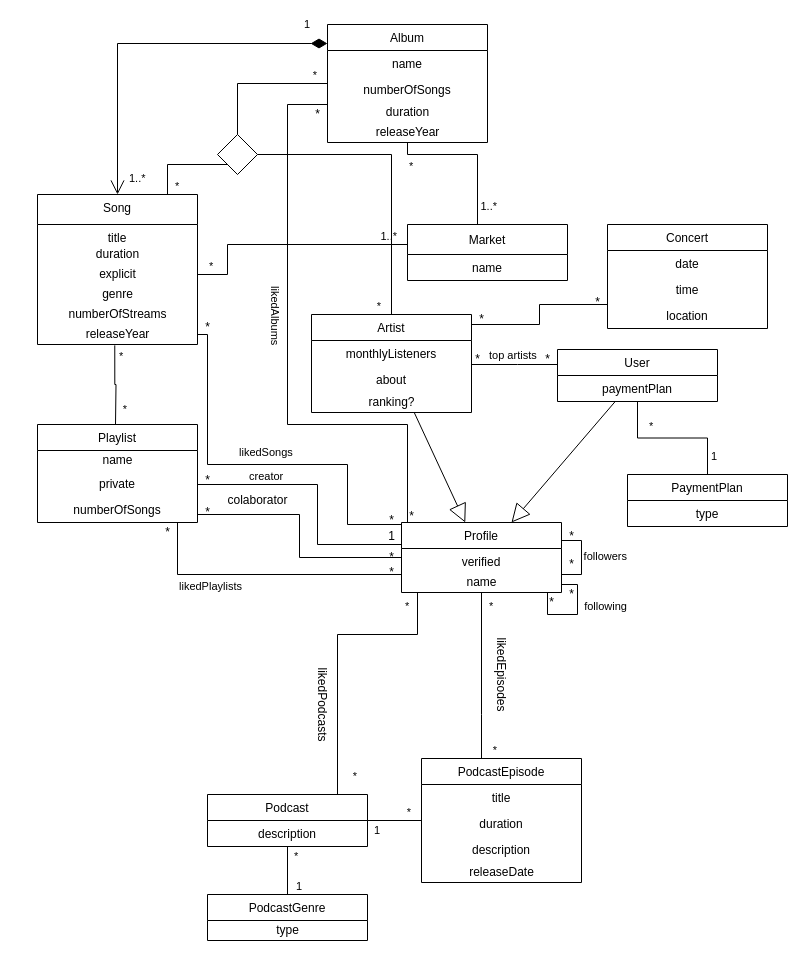
Naapperas/feup-bd keeps this draw.io diagram as Spotify-class-diag.drawio. Above is the earlier version. Source tidied: cells renumbered, new cells numbered last; positions are measured from the earlier drawing's top-left corner, leaving out a move shared by most shapes. Both pictures are drawn from the tidied source at 100%, with x=0, y=0 at pixel (37, 24).
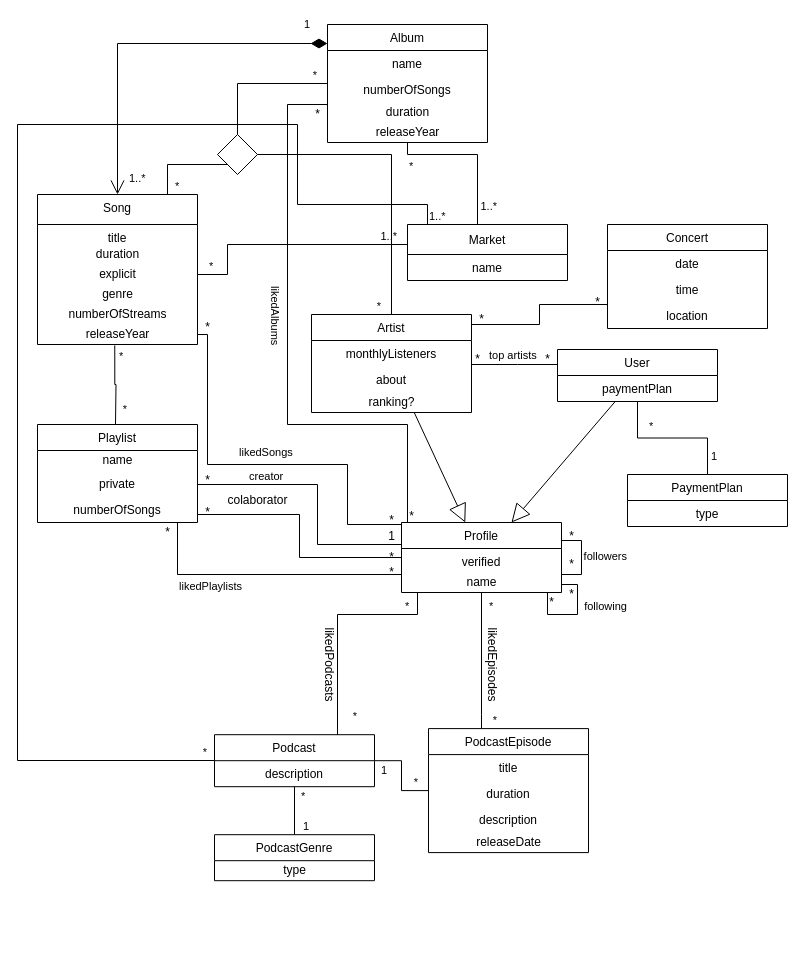
After the change.

Commit message:
Finnished first version of the UML model

Unchanged cells that the change refers to:
```xml
<mxCell id="9" value="Market" style="swimlane;fontStyle=0;horizontal=1;startSize=30;fillColor=none;align=center;" parent="1" vertex="1">
  <mxGeometry x="370" y="200" width="160" height="56" as="geometry" />
</mxCell>
<mxCell id="16" value="Profile" style="swimlane;fontStyle=0;horizontal=1;startSize=26;fillColor=none;align=center;" parent="1" vertex="1">
  <mxGeometry x="364" y="498" width="160" height="70" as="geometry" />
</mxCell>
```

Change to the diagram source:
```diff
@@
     <mxCell id="33" value="Podcast" style="swimlane;fontStyle=0;horizontal=1;startSize=26;fillColor=none;align=center;" parent="1" vertex="1">
-      <mxGeometry x="170" y="770" width="160" height="52" as="geometry" />
+      <mxGeometry x="177" y="710.2" width="160" height="52" as="geometry" />
     </mxCell>
@@
     <mxCell id="35" value="PodcastGenre" style="swimlane;fontStyle=0;horizontal=1;startSize=26;fillColor=none;align=center;" parent="1" vertex="1">
-      <mxGeometry x="170" y="870" width="160" height="46" as="geometry" />
+      <mxGeometry x="177" y="810.2" width="160" height="46" as="geometry" />
     </mxCell>
@@
     <mxCell id="39" value="PodcastEpisode" style="swimlane;fontStyle=0;horizontal=1;startSize=26;fillColor=none;align=center;" parent="1" vertex="1">
-      <mxGeometry x="384" y="734" width="160" height="124" as="geometry" />
+      <mxGeometry x="391" y="704.1" width="160" height="124" as="geometry" />
     </mxCell>
@@
     <mxCell id="108" style="endArrow=none;html=1;edgeStyle=orthogonalEdgeStyle;rounded=0;align=center;" parent="1" edge="1" source="16" target="33">
       <mxGeometry relative="1" as="geometry">
         <Array as="points">
-          <mxPoint x="380" y="610" />
-          <mxPoint x="300" y="610" />
+          <mxPoint x="380" y="590" />
+          <mxPoint x="300" y="590" />
         </Array>
       </mxGeometry>
     </mxCell>
@@
     <mxCell id="111" value="likedPodcasts" style="text;html=1;align=center;verticalAlign=middle;strokeColor=none;fillColor=none;rotation=90;" parent="1" vertex="1">
-      <mxGeometry x="240" y="670" width="90" height="20" as="geometry" />
+      <mxGeometry x="247" y="630" width="90" height="20" as="geometry" />
     </mxCell>
@@
     <mxCell id="115" value="likedEpisodes" style="text;html=1;align=center;verticalAlign=middle;strokeColor=none;fillColor=none;rotation=90;" parent="1" vertex="1">
-      <mxGeometry x="419" y="640" width="90" height="20" as="geometry" />
+      <mxGeometry x="410" y="630" width="90" height="20" as="geometry" />
     </mxCell>
+    <mxCell id="116" style="endArrow=none;html=1;edgeStyle=orthogonalEdgeStyle;rounded=0;align=center;" parent="1" edge="1" source="9" target="33">
+      <mxGeometry relative="1" as="geometry">
+        <Array as="points">
+          <mxPoint x="390" y="180" />
+          <mxPoint x="260" y="180" />
+          <mxPoint x="260" y="100" />
+          <mxPoint x="-20" y="100" />
+          <mxPoint x="-20" y="736" />
+        </Array>
+      </mxGeometry>
+    </mxCell>
+    <mxCell id="117" value="1..*" style="edgeLabel;html=1;align=left;verticalAlign=bottom;" parent="116" vertex="1">
+      <mxGeometry x="-1" relative="1" as="geometry" />
+    </mxCell>
+    <mxCell id="118" value="*" style="edgeLabel;html=1;align=right;verticalAlign=bottom;" parent="116" vertex="1">
+      <mxGeometry x="1" relative="1" as="geometry">
+        <mxPoint x="-7" as="offset" />
+      </mxGeometry>
+    </mxCell>
```
